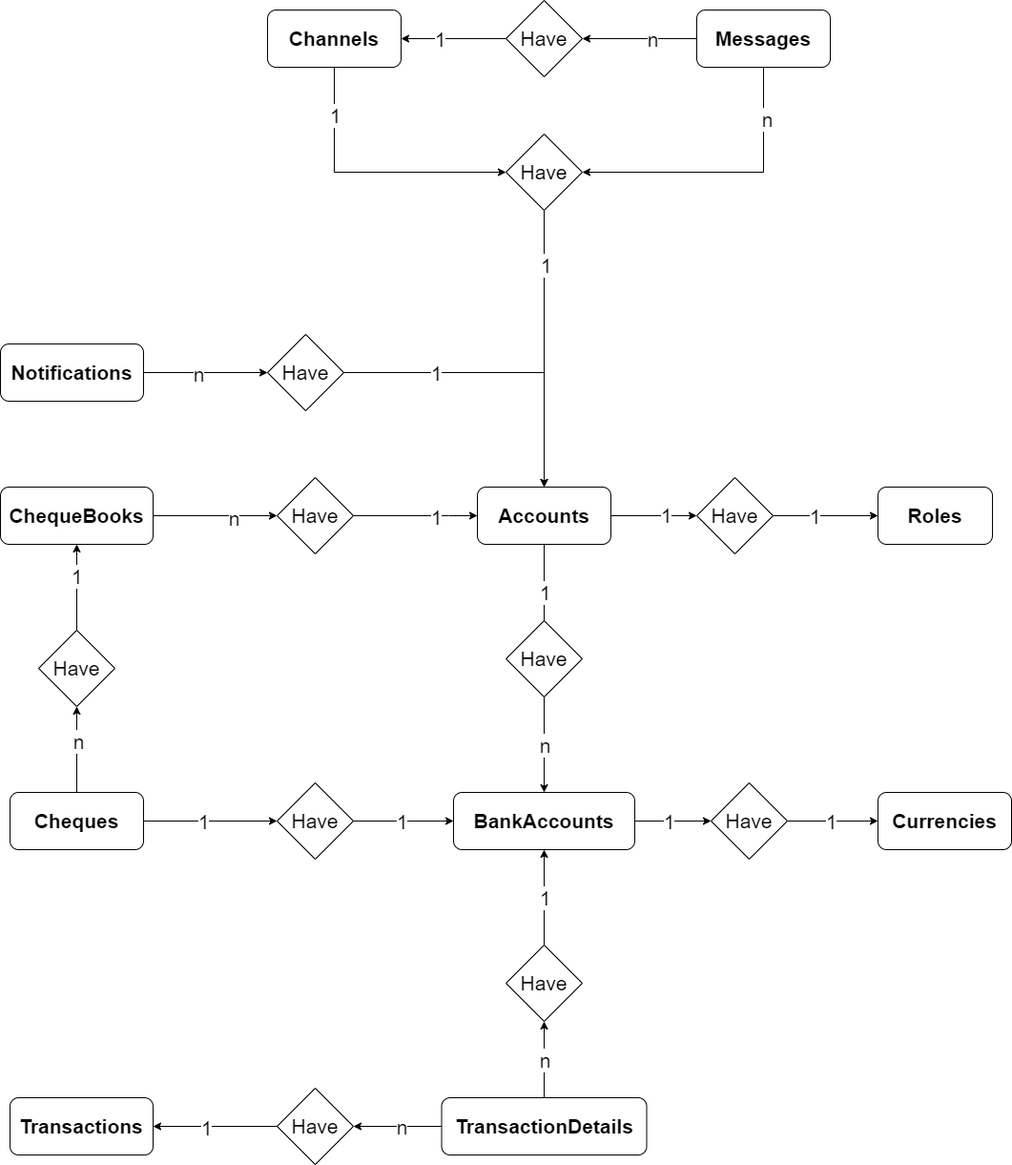
Earlier version of the draw.io export Diagrams/OnlineBanking-ER.png (anhnmt/csharp-online-banking). Source tidied: cells renumbered, new cells last; positions are measured from the earlier drawing's top-left corner, leaving out a move shared by most shapes.
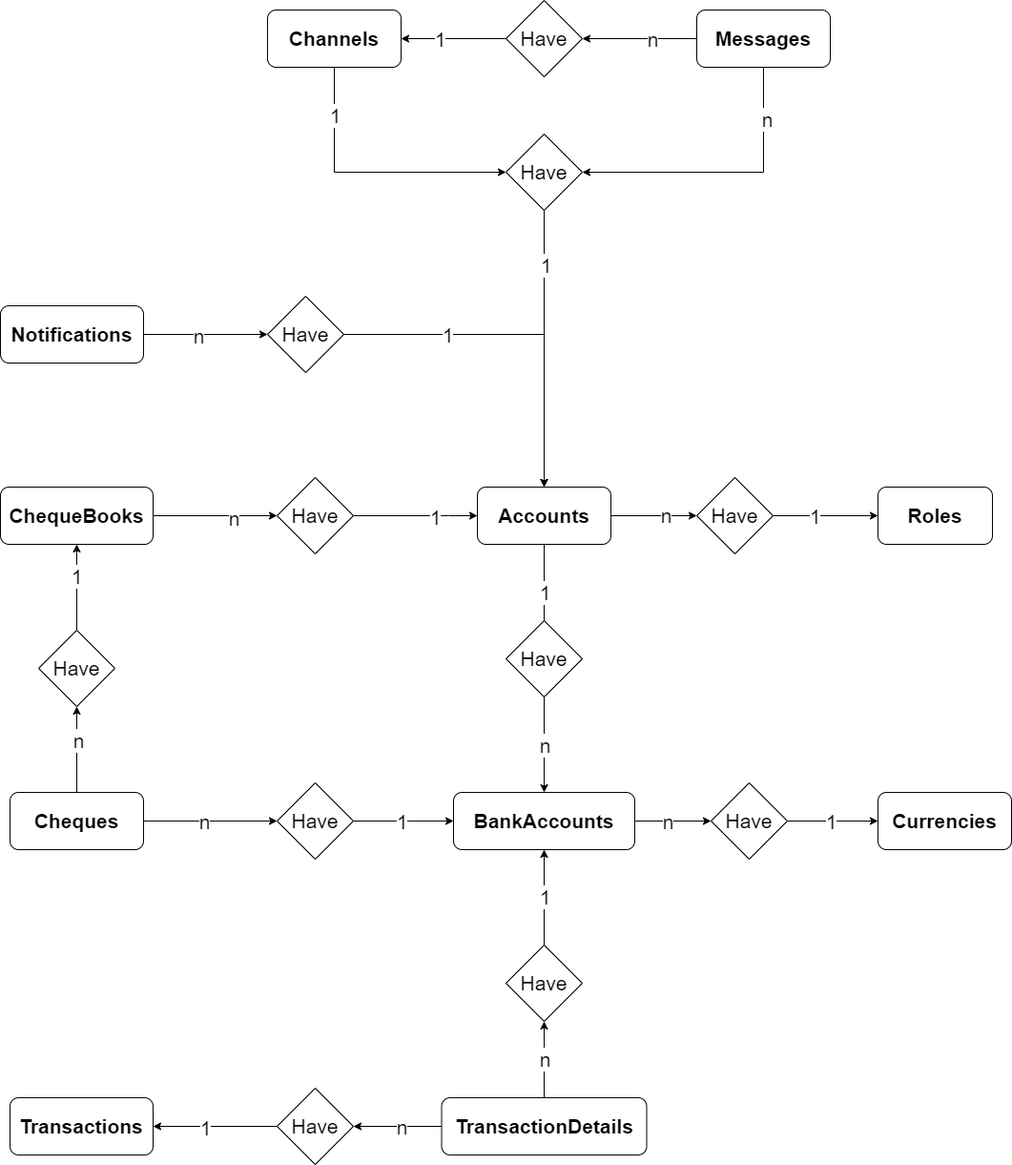
Above is the later version.

What changed in the source:
```diff
@@ -30,7 +30,7 @@
     <mxCell id="8" style="edgeStyle=orthogonalEdgeStyle;rounded=0;jettySize=auto;html=1;entryX=1;entryY=0.5;entryDx=0;entryDy=0;fontSize=21;startArrow=classic;startFill=1;endArrow=none;endFill=0;" parent="1" edge="1" source="10" target="69">
       <mxGeometry relative="1" as="geometry">
         <Array as="points">
-          <mxPoint x="570" y="390" />
+          <mxPoint x="570" y="350" />
         </Array>
       </mxGeometry>
     </mxCell>
@@ -102,7 +102,7 @@
     <mxCell id="28" style="edgeStyle=orthogonalEdgeStyle;rounded=0;jettySize=auto;html=1;fontSize=21;startArrow=classic;startFill=1;endArrow=none;endFill=0;" parent="1" edge="1" source="30" target="10">
       <mxGeometry relative="1" as="geometry" />
     </mxCell>
-    <mxCell id="29" value="1" style="edgeLabel;html=1;align=center;verticalAlign=middle;fontSize=21;" parent="28" vertex="1">
+    <mxCell id="29" value="n" style="edgeLabel;html=1;align=center;verticalAlign=middle;fontSize=21;" parent="28" vertex="1">
       <mxGeometry x="-0.26" y="-1" relative="1" as="geometry" />
     </mxCell>
     <mxCell id="30" value="Have" style="rhombus;whiteSpace=wrap;html=1;fontSize=21;" parent="1" vertex="1">
@@ -122,7 +122,7 @@
     <mxCell id="34" style="edgeStyle=orthogonalEdgeStyle;rounded=0;jettySize=auto;html=1;fontSize=21;startArrow=classic;startFill=1;endArrow=none;endFill=0;" parent="1" edge="1" source="36" target="21">
       <mxGeometry relative="1" as="geometry" />
     </mxCell>
-    <mxCell id="35" value="1" style="edgeLabel;html=1;align=center;verticalAlign=middle;fontSize=21;" parent="34" vertex="1">
+    <mxCell id="35" value="n" style="edgeLabel;html=1;align=center;verticalAlign=middle;fontSize=21;" parent="34" vertex="1">
       <mxGeometry x="-0.3" y="-3" relative="1" as="geometry">
         <mxPoint x="-17" y="3" as="offset" />
       </mxGeometry>
@@ -192,7 +192,7 @@
     <mxCell id="56" style="edgeStyle=orthogonalEdgeStyle;rounded=0;jettySize=auto;html=1;fontSize=21;endArrow=none;endFill=0;startArrow=classic;startFill=1;" parent="1" edge="1" source="58" target="41">
       <mxGeometry relative="1" as="geometry" />
     </mxCell>
-    <mxCell id="57" value="1" style="edgeLabel;html=1;align=center;verticalAlign=middle;fontSize=21;" parent="56" vertex="1">
+    <mxCell id="57" value="n" style="edgeLabel;html=1;align=center;verticalAlign=middle;fontSize=21;" parent="56" vertex="1">
       <mxGeometry x="0.11" relative="1" as="geometry" />
     </mxCell>
     <mxCell id="58" value="Have" style="rhombus;whiteSpace=wrap;html=1;fontSize=21;" parent="1" vertex="1">
@@ -222,7 +222,7 @@
       <mxGeometry x="290" y="1140" width="80" height="80" as="geometry" />
     </mxCell>
     <mxCell id="66" value="&lt;span style=&quot;font-weight: 700 ; font-size: 21px&quot;&gt;Notifications&lt;/span&gt;" style="rounded=1;whiteSpace=wrap;html=1;fontSize=21;" parent="1" vertex="1">
-      <mxGeometry y="360" width="150" height="60" as="geometry" />
+      <mxGeometry y="320" width="150" height="60" as="geometry" />
     </mxCell>
     <mxCell id="67" style="edgeStyle=orthogonalEdgeStyle;rounded=0;jettySize=auto;html=1;fontSize=21;startArrow=classic;startFill=1;endArrow=none;endFill=0;" parent="1" edge="1" source="69" target="66">
       <mxGeometry relative="1" as="geometry" />
@@ -231,7 +231,7 @@
       <mxGeometry x="0.13" y="1" relative="1" as="geometry" />
     </mxCell>
     <mxCell id="69" value="Have" style="rhombus;whiteSpace=wrap;html=1;fontSize=21;" parent="1" vertex="1">
-      <mxGeometry x="280" y="350" width="80" height="80" as="geometry" />
+      <mxGeometry x="280" y="310" width="80" height="80" as="geometry" />
     </mxCell>
   </root>
 </mxGraphModel>
```
